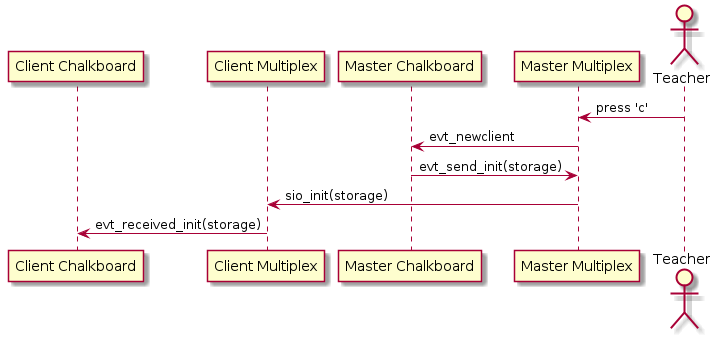
Before: mplex.png, a diagram exported from PlantUML (cerisara/multiplex).
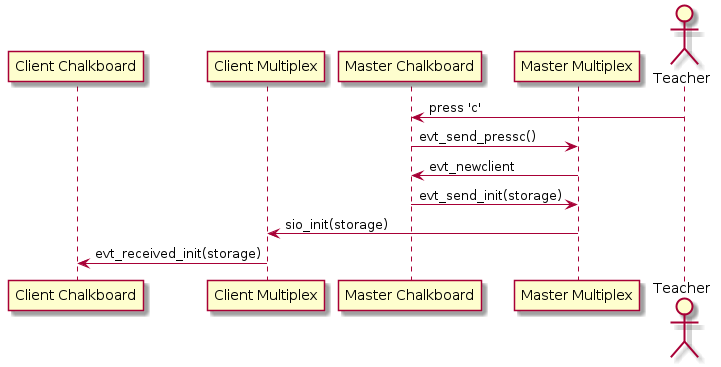
The same file after the commit.

Commit message:
correct init UML diagram

The edit, as a diff of the source:
```diff
@@ -5,7 +5,8 @@
 participant "Master Multiplex" as MM
 actor "Teacher" as T
 
-T -> MM: press 'c'
+T -> MC: press 'c'
+MC -> MM: evt_send_pressc()
 MM -> MC: evt_newclient
 MC -> MM: evt_send_init(storage)
 MM -> CM: sio_init(storage)
```
